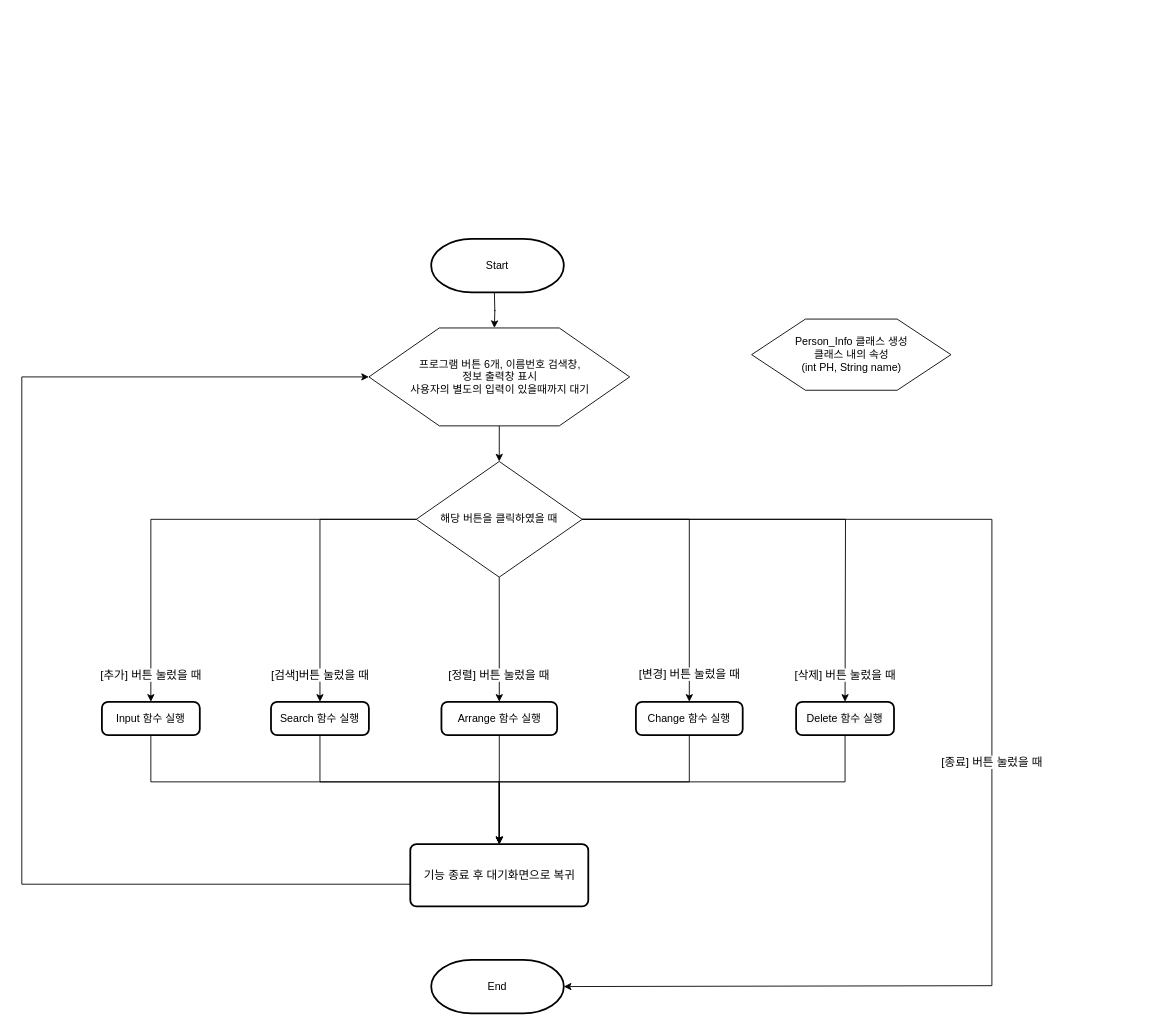
Before: 순서도/전화번호관리부 main 함수 순서도_Java.drawio in skatld123/PH_list_java, a draw.io diagram. Source tidied: cells renumbered, new cells numbered last; positions are measured from the earlier drawing's top-left corner, leaving out a move shared by most shapes. Both pictures are drawn from the tidied source at 89%, with x=0, y=0 at pixel (21, 239).
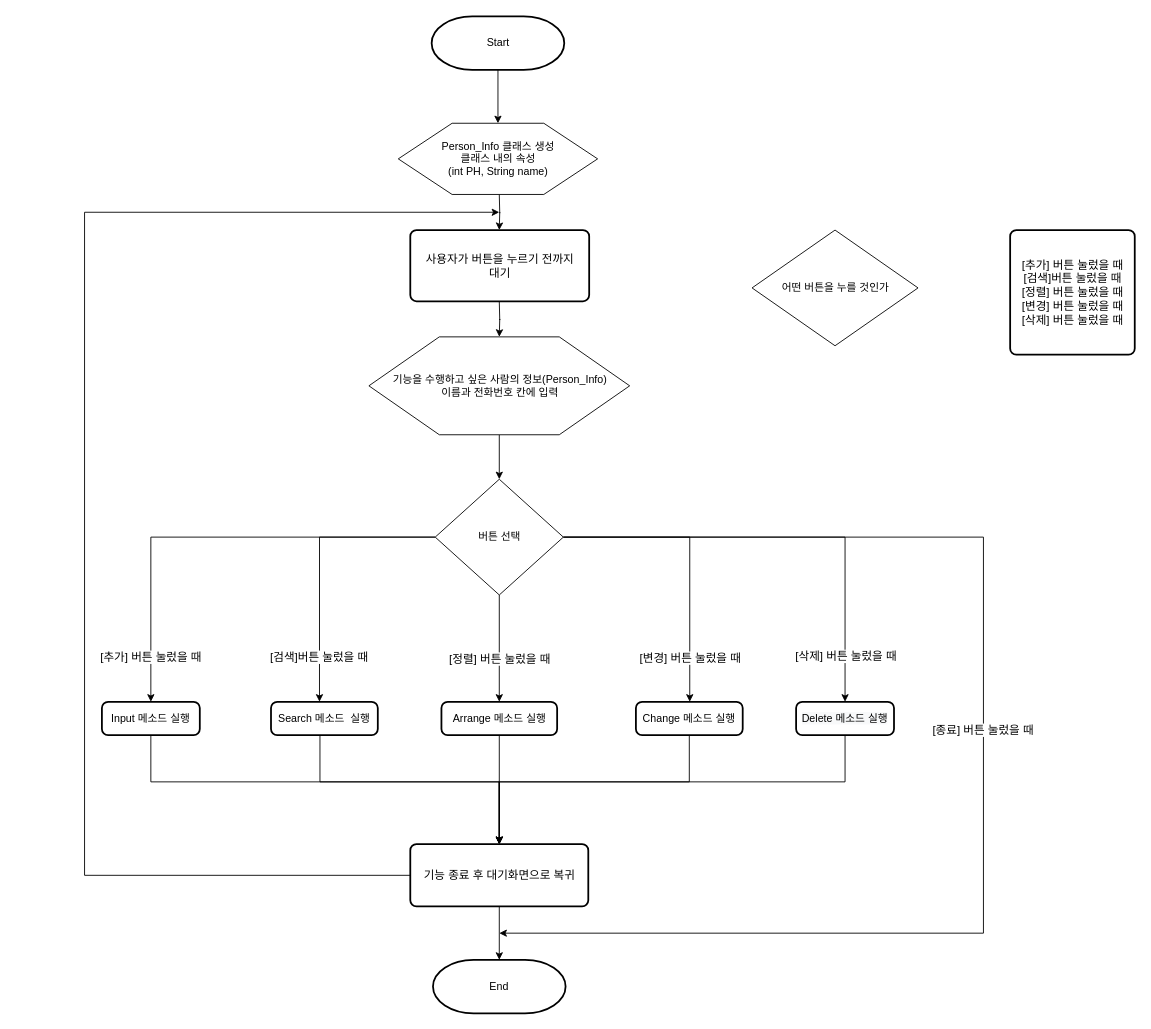
The same diagram, later.

Commit message:
전화번호관리부 main 함수 순서도_Java.drawio 업데이트

Unchanged cells that the change refers to:
```xml
<mxCell id="25" value="기능 종료 후 대기화면으로 복귀" style="rounded=1;whiteSpace=wrap;html=1;absoluteArcSize=1;arcSize=14;strokeWidth=2;fontSize=13;" parent="1" vertex="1">
  <mxGeometry x="436.5" y="680" width="200" height="70" as="geometry" />
</mxCell>
```

The edit, as a diff of the source:
```diff
@@
     <mxCell id="2" style="edgeStyle=orthogonalEdgeStyle;rounded=0;orthogonalLoop=1;jettySize=auto;html=1;exitX=0.5;exitY=1;exitDx=0;exitDy=0;entryX=0.5;entryY=0;entryDx=0;entryDy=0;" parent="1" edge="1">
       <mxGeometry relative="1" as="geometry">
-        <mxPoint x="531" y="60" as="sourcePoint" />
-        <mxPoint x="531" y="100" as="targetPoint" />
+        <mxPoint x="536.5" y="-50" as="sourcePoint" />
+        <mxPoint x="536.5" y="-10" as="targetPoint" />
       </mxGeometry>
     </mxCell>
+    <mxCell id="27" style="edgeStyle=orthogonalEdgeStyle;rounded=0;jettySize=auto;html=1;exitX=0.5;exitY=1;exitDx=0;exitDy=0;exitPerimeter=0;entryX=0.5;entryY=0;entryDx=0;entryDy=0;fontSize=13;" parent="1" edge="1" source="3" target="4">
+      <mxGeometry relative="1" as="geometry" />
+    </mxCell>
     <mxCell id="3" value="Start" style="strokeWidth=2;html=1;shape=mxgraph.flowchart.terminator;whiteSpace=wrap;" parent="1" vertex="1">
-      <mxGeometry x="460" width="149" height="60" as="geometry" />
+      <mxGeometry x="460.5" y="-250" width="149" height="60" as="geometry" />
     </mxCell>
     <mxCell id="4" value="Person_Info 클래스 생성&lt;br&gt;클래스 내의 속성&lt;br&gt;(int PH, String name)" style="verticalLabelPosition=middle;verticalAlign=middle;html=1;shape=hexagon;perimeter=hexagonPerimeter2;arcSize=6;size=0.27;labelPosition=center;align=center;" parent="1" vertex="1">
-      <mxGeometry x="820" y="90" width="224" height="80" as="geometry" />
+      <mxGeometry x="423" y="-130" width="224" height="80" as="geometry" />
     </mxCell>
-    <mxCell id="5" style="edgeStyle=orthogonalEdgeStyle;rounded=0;jettySize=auto;html=1;exitX=0.5;exitY=1;exitDx=0;exitDy=0;entryX=0.5;entryY=0;entryDx=0;entryDy=0;fontSize=13;" parent="1" edge="1" source="6" target="13">
-      <mxGeometry relative="1" as="geometry" />
-    </mxCell>
+    <mxCell id="28" style="edgeStyle=orthogonalEdgeStyle;rounded=0;jettySize=auto;html=1;fontSize=13;" parent="1" edge="1" source="6" target="36">
+      <mxGeometry relative="1" as="geometry" />
+    </mxCell>
+    <mxCell id="29" style="edgeStyle=orthogonalEdgeStyle;rounded=0;jettySize=auto;html=1;fontSize=13;exitX=1;exitY=0.5;exitDx=0;exitDy=0;" parent="1" edge="1" source="36">
+      <mxGeometry relative="1" as="geometry">
+        <mxPoint x="536.5" y="780" as="targetPoint" />
+        <Array as="points">
+          <mxPoint x="1080.5" y="335" />
+          <mxPoint x="1080.5" y="780" />
+        </Array>
+      </mxGeometry>
+    </mxCell>
+    <mxCell id="12" value="[종료] 버튼 눌렀을 때" style="edgeLabel;html=1;align=center;verticalAlign=middle;fontSize=13;" parent="29" vertex="1">
+      <mxGeometry x="-0.06" y="-1" relative="1" as="geometry">
+        <mxPoint y="1" as="offset" />
+      </mxGeometry>
+    </mxCell>
-    <mxCell id="6" value="프로그램 버튼 6개, 이름번호 검색창,&lt;br&gt;정보 출력창 표시&lt;br&gt;사용자의 별도의 입력이 있을때까지 대기" style="verticalLabelPosition=middle;verticalAlign=middle;html=1;shape=hexagon;perimeter=hexagonPerimeter2;arcSize=6;size=0.27;labelPosition=center;align=center;" parent="1" vertex="1">
-      <mxGeometry x="390" y="100" width="293" height="110" as="geometry" />
+    <mxCell id="6" value="기능을 수행하고 싶은 사람의 정보(Person_Info)&lt;br&gt;이름과 전화번호 칸에 입력" style="verticalLabelPosition=middle;verticalAlign=middle;html=1;shape=hexagon;perimeter=hexagonPerimeter2;arcSize=6;size=0.27;labelPosition=center;align=center;" parent="1" vertex="1">
+      <mxGeometry x="390" y="110" width="293" height="110" as="geometry" />
     </mxCell>
-    <mxCell id="7" value="&lt;font style=&quot;font-size: 13px&quot;&gt;[추가] 버튼 눌렀을 때&lt;/font&gt;" style="edgeStyle=orthogonalEdgeStyle;rounded=0;jettySize=auto;html=1;entryX=0.5;entryY=0;entryDx=0;entryDy=0;" parent="1" edge="1" source="13" target="15">
-      <mxGeometry x="0.88" relative="1" as="geometry" />
-    </mxCell>
-    <mxCell id="8" value="[정렬] 버튼 눌렀을 때" style="edgeStyle=orthogonalEdgeStyle;rounded=0;jettySize=auto;html=1;exitX=0.5;exitY=1;exitDx=0;exitDy=0;fontSize=13;entryX=0.5;entryY=0;entryDx=0;entryDy=0;" parent="1" edge="1" source="13" target="23">
-      <mxGeometry x="0.57" relative="1" as="geometry" />
-    </mxCell>
-    <mxCell id="9" value="[변경] 버튼 눌렀을 때" style="edgeStyle=orthogonalEdgeStyle;rounded=0;jettySize=auto;html=1;fontSize=13;" parent="1" edge="1" source="13" target="19">
-      <mxGeometry x="0.81" relative="1" as="geometry" />
-    </mxCell>
-    <mxCell id="10" value="[삭제] 버튼 눌렀을 때" style="edgeStyle=orthogonalEdgeStyle;rounded=0;jettySize=auto;html=1;entryX=0.5;entryY=0;entryDx=0;entryDy=0;fontSize=13;" parent="1" edge="1" source="13">
-      <mxGeometry x="0.88" relative="1" as="geometry">
-        <mxPoint x="925" y="520" as="targetPoint" />
-      </mxGeometry>
-    </mxCell>
-    <mxCell id="11" value="[검색]버튼 눌렀을 때" style="edgeStyle=orthogonalEdgeStyle;rounded=0;jettySize=auto;html=1;entryX=0.5;entryY=0;entryDx=0;entryDy=0;fontSize=13;" parent="1" edge="1" source="13" target="17">
-      <mxGeometry x="0.81" relative="1" as="geometry" />
-    </mxCell>
-    <mxCell id="12" value="[종료] 버튼 눌렀을 때" style="edgeStyle=orthogonalEdgeStyle;rounded=0;jettySize=auto;html=1;exitX=1;exitY=0.5;exitDx=0;exitDy=0;entryX=1;entryY=0.5;entryDx=0;entryDy=0;fontSize=13;entryPerimeter=0;" parent="1" edge="1" source="13" target="26">
-      <mxGeometry relative="1" as="geometry">
-        <Array as="points">
-          <mxPoint x="1090" y="315" />
-          <mxPoint x="1090" y="839" />
-        </Array>
-      </mxGeometry>
-    </mxCell>
-    <mxCell id="13" value="해당 버튼을 클릭하였을 때" style="rhombus;whiteSpace=wrap;html=1;" parent="1" vertex="1">
-      <mxGeometry x="443.2" y="250" width="186.5" height="130" as="geometry" />
+    <mxCell id="13" value="어떤 버튼을 누를 것인가" style="rhombus;whiteSpace=wrap;html=1;" parent="1" vertex="1">
+      <mxGeometry x="820.5" y="-10" width="186.5" height="130" as="geometry" />
     </mxCell>
@@
-    <mxCell id="15" value="Input 함수 실행" style="rounded=1;whiteSpace=wrap;html=1;absoluteArcSize=1;arcSize=14;strokeWidth=2;" parent="1" vertex="1">
+    <mxCell id="15" value="Input 메소드 실행" style="rounded=1;whiteSpace=wrap;html=1;absoluteArcSize=1;arcSize=14;strokeWidth=2;" parent="1" vertex="1">
       <mxGeometry x="90" y="520" width="110" height="37.5" as="geometry" />
     </mxCell>
@@
-    <mxCell id="17" value="Search 함수 실행" style="rounded=1;whiteSpace=wrap;html=1;absoluteArcSize=1;arcSize=14;strokeWidth=2;" parent="1" vertex="1">
-      <mxGeometry x="280" y="520" width="110" height="37.5" as="geometry" />
+    <mxCell id="17" value="Search 메소드&amp;nbsp;&amp;nbsp;실행" style="rounded=1;whiteSpace=wrap;html=1;absoluteArcSize=1;arcSize=14;strokeWidth=2;" parent="1" vertex="1">
+      <mxGeometry x="280" y="520" width="120" height="37.5" as="geometry" />
     </mxCell>
@@
-    <mxCell id="19" value="Change 함수 실행" style="rounded=1;whiteSpace=wrap;html=1;absoluteArcSize=1;arcSize=14;strokeWidth=2;" parent="1" vertex="1">
+    <mxCell id="19" value="Change 메소드&amp;nbsp;실행" style="rounded=1;whiteSpace=wrap;html=1;absoluteArcSize=1;arcSize=14;strokeWidth=2;" parent="1" vertex="1">
       <mxGeometry x="690" y="520" width="120" height="37.5" as="geometry" />
     </mxCell>
@@
-    <mxCell id="21" value="&#10;&#10;&lt;span style=&quot;color: rgb(0, 0, 0); font-family: helvetica; font-size: 12px; font-style: normal; font-weight: 400; letter-spacing: normal; text-align: center; text-indent: 0px; text-transform: none; word-spacing: 0px; background-color: rgb(248, 249, 250); display: inline; float: none;&quot;&gt;Delete 함수 실행&lt;/span&gt;&#10;&#10;" style="rounded=1;whiteSpace=wrap;html=1;absoluteArcSize=1;arcSize=14;strokeWidth=2;" parent="1" vertex="1">
+    <mxCell id="21" value="&lt;span style=&quot;color: rgb(0 , 0 , 0) ; font-family: &amp;#34;helvetica&amp;#34; ; font-size: 12px ; font-style: normal ; font-weight: 400 ; letter-spacing: normal ; text-align: center ; text-indent: 0px ; text-transform: none ; word-spacing: 0px ; background-color: rgb(248 , 249 , 250) ; display: inline ; float: none&quot;&gt;Delete&amp;nbsp;&lt;span style=&quot;font-family: &amp;#34;helvetica&amp;#34;&quot;&gt;메소드&amp;nbsp;&lt;/span&gt;실행&lt;/span&gt;" style="rounded=1;whiteSpace=wrap;html=1;absoluteArcSize=1;arcSize=14;strokeWidth=2;" parent="1" vertex="1">
       <mxGeometry x="870" y="520" width="110" height="37.5" as="geometry" />
     </mxCell>
@@
-    <mxCell id="23" value="&lt;span&gt;Arrange&amp;nbsp;&lt;/span&gt;함수 실행" style="rounded=1;whiteSpace=wrap;html=1;absoluteArcSize=1;arcSize=14;strokeWidth=2;" parent="1" vertex="1">
+    <mxCell id="23" value="&lt;span&gt;Arrange&amp;nbsp;&lt;/span&gt;메소드&amp;nbsp;실행" style="rounded=1;whiteSpace=wrap;html=1;absoluteArcSize=1;arcSize=14;strokeWidth=2;" parent="1" vertex="1">
       <mxGeometry x="471.5" y="520" width="130" height="37.5" as="geometry" />
     </mxCell>
-    <mxCell id="24" style="edgeStyle=orthogonalEdgeStyle;rounded=0;jettySize=auto;html=1;fontSize=13;entryX=0;entryY=0.5;entryDx=0;entryDy=0;exitX=0;exitY=0.5;exitDx=0;exitDy=0;" parent="1" edge="1" source="25" target="6">
-      <mxGeometry relative="1" as="geometry">
-        <Array as="points">
-          <mxPoint x="437" y="725" />
-          <mxPoint y="725" />
-          <mxPoint y="155" />
-        </Array>
-      </mxGeometry>
-    </mxCell>
+    <mxCell id="30" style="edgeStyle=orthogonalEdgeStyle;rounded=0;jettySize=auto;html=1;entryX=0.5;entryY=0;entryDx=0;entryDy=0;entryPerimeter=0;fontSize=13;" parent="1" edge="1" source="25" target="26">
+      <mxGeometry relative="1" as="geometry" />
+    </mxCell>
+    <mxCell id="31" style="edgeStyle=orthogonalEdgeStyle;rounded=0;jettySize=auto;html=1;exitX=0;exitY=0.5;exitDx=0;exitDy=0;fontSize=13;" parent="1" edge="1" source="25">
+      <mxGeometry relative="1" as="geometry">
+        <mxPoint x="536.5" y="-30" as="targetPoint" />
+        <Array as="points">
+          <mxPoint x="70.5" y="715" />
+          <mxPoint x="70.5" y="-30" />
+        </Array>
+      </mxGeometry>
+    </mxCell>
@@
     <mxCell id="26" value="End" style="strokeWidth=2;html=1;shape=mxgraph.flowchart.terminator;whiteSpace=wrap;" parent="1" vertex="1">
-      <mxGeometry x="460" y="810" width="149" height="60" as="geometry" />
+      <mxGeometry x="462" y="810" width="149" height="60" as="geometry" />
     </mxCell>
+    <mxCell id="32" value="&lt;span style=&quot;background-color: rgb(255 , 255 , 255)&quot;&gt;[추가] 버튼 눌렀을 때&lt;br&gt;&lt;/span&gt;&lt;span style=&quot;background-color: rgb(255 , 255 , 255)&quot;&gt;[검색]버튼 눌렀을 때&lt;br&gt;&lt;/span&gt;&lt;span style=&quot;background-color: rgb(255 , 255 , 255)&quot;&gt;[정렬] 버튼 눌렀을 때&lt;br&gt;&lt;/span&gt;&lt;span style=&quot;background-color: rgb(255 , 255 , 255)&quot;&gt;[변경] 버튼 눌렀을 때&lt;br&gt;&lt;/span&gt;&lt;span style=&quot;background-color: rgb(255 , 255 , 255)&quot;&gt;[삭제] 버튼 눌렀을 때&lt;/span&gt;&lt;span style=&quot;background-color: rgb(255 , 255 , 255)&quot;&gt;&lt;br&gt;&lt;/span&gt;" style="rounded=1;whiteSpace=wrap;html=1;absoluteArcSize=1;arcSize=14;strokeWidth=2;fontSize=13;" parent="1" vertex="1">
+      <mxGeometry x="1110.5" y="-10" width="140" height="140" as="geometry" />
+    </mxCell>
+    <mxCell id="7" value="&lt;span&gt;[추가] 버튼 눌렀을 때&lt;/span&gt;" style="edgeStyle=orthogonalEdgeStyle;rounded=0;jettySize=auto;html=1;fontSize=13;" parent="1" edge="1" source="36" target="15">
+      <mxGeometry x="0.8" relative="1" as="geometry" />
+    </mxCell>
+    <mxCell id="11" value="&lt;span&gt;[검색]버튼 눌렀을 때&lt;/span&gt;" style="edgeStyle=orthogonalEdgeStyle;rounded=0;jettySize=auto;html=1;fontSize=13;entryX=0.454;entryY=0;entryDx=0;entryDy=0;entryPerimeter=0;" parent="1" edge="1" source="36" target="17">
+      <mxGeometry x="0.68" relative="1" as="geometry" />
+    </mxCell>
+    <mxCell id="33" style="edgeStyle=orthogonalEdgeStyle;rounded=0;jettySize=auto;html=1;entryX=0.5;entryY=0;entryDx=0;entryDy=0;fontSize=13;" parent="1" edge="1" source="36" target="23">
+      <mxGeometry relative="1" as="geometry" />
+    </mxCell>
+    <mxCell id="8" value="&lt;span&gt;[정렬] 버튼 눌렀을 때&lt;/span&gt;" style="edgeLabel;html=1;align=center;verticalAlign=middle;fontSize=13;" parent="33" vertex="1">
+      <mxGeometry x="0.18" relative="1" as="geometry" />
+    </mxCell>
+    <mxCell id="34" style="edgeStyle=orthogonalEdgeStyle;rounded=0;jettySize=auto;html=1;fontSize=13;" parent="1" edge="1" source="36" target="19">
+      <mxGeometry relative="1" as="geometry">
+        <Array as="points">
+          <mxPoint x="750.5" y="335" />
+        </Array>
+      </mxGeometry>
+    </mxCell>
+    <mxCell id="9" value="&lt;span&gt;[변경] 버튼 눌렀을 때&lt;/span&gt;" style="edgeLabel;html=1;align=center;verticalAlign=middle;fontSize=13;" parent="34" vertex="1">
+      <mxGeometry x="0.75" y="-1" relative="1" as="geometry">
+        <mxPoint x="0.5" y="-9" as="offset" />
+      </mxGeometry>
+    </mxCell>
+    <mxCell id="35" style="edgeStyle=orthogonalEdgeStyle;rounded=0;jettySize=auto;html=1;fontSize=13;" parent="1" edge="1" source="36" target="21">
+      <mxGeometry relative="1" as="geometry" />
+    </mxCell>
+    <mxCell id="10" value="&lt;span&gt;[삭제] 버튼 눌렀을 때&lt;/span&gt;" style="edgeLabel;html=1;align=center;verticalAlign=middle;fontSize=13;" parent="35" vertex="1">
+      <mxGeometry x="0.84" relative="1" as="geometry">
+        <mxPoint y="-11.5" as="offset" />
+      </mxGeometry>
+    </mxCell>
+    <mxCell id="36" value="버튼 선택" style="rhombus;whiteSpace=wrap;html=1;" parent="1" vertex="1">
+      <mxGeometry x="464.5" y="270" width="144" height="130" as="geometry" />
+    </mxCell>
+    <mxCell id="37" value="사용자가 버튼을 누르기 전까지 &lt;br&gt;대기" style="rounded=1;whiteSpace=wrap;html=1;absoluteArcSize=1;arcSize=14;strokeWidth=2;fontSize=13;" parent="1" vertex="1">
+      <mxGeometry x="436.5" y="-10" width="201" height="80" as="geometry" />
+    </mxCell>
+    <mxCell id="38" style="edgeStyle=orthogonalEdgeStyle;rounded=0;orthogonalLoop=1;jettySize=auto;html=1;exitX=0.5;exitY=1;exitDx=0;exitDy=0;entryX=0.5;entryY=0;entryDx=0;entryDy=0;" parent="1" edge="1">
+      <mxGeometry relative="1" as="geometry">
+        <mxPoint x="536.5" y="70" as="sourcePoint" />
+        <mxPoint x="536.5" y="110" as="targetPoint" />
+      </mxGeometry>
+    </mxCell>
```
